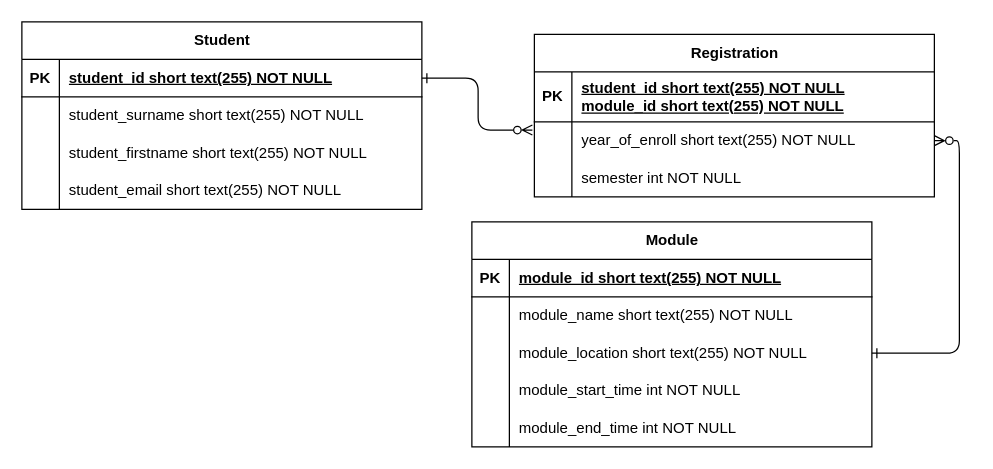
Before: diagrams/Database Diagram.drawio in pol-pm/codespace, a draw.io diagram. Source tidied: cells renumbered, new cells numbered last; positions are measured from the earlier drawing's top-left corner, leaving out a move shared by most shapes. Both pictures are drawn from the tidied source at 125%, with x=0, y=0 at pixel (21, 21).
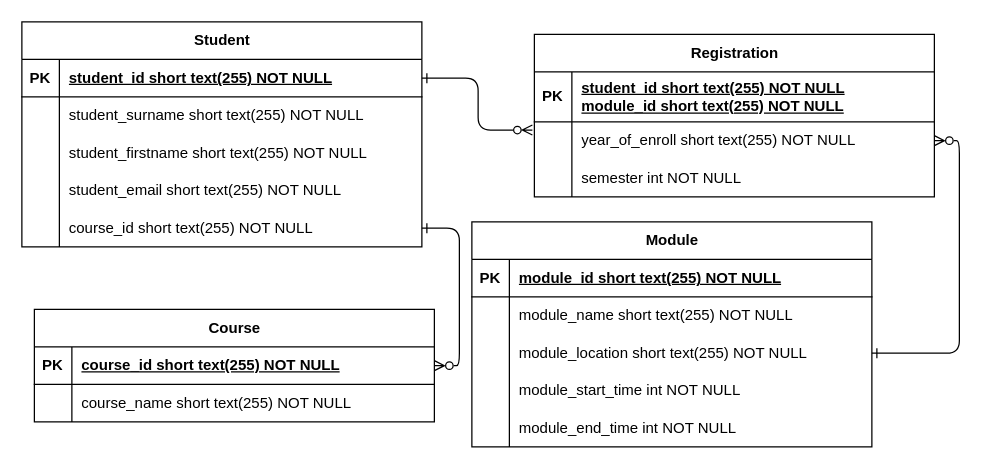
After the change.

Change to the diagram source:
```diff
@@
     <mxCell id="2" value="Student" style="shape=table;startSize=30;childLayout=tableLayout;rowLines=0;fontStyle=1;align=center;html=1;" parent="1" vertex="1">
-      <mxGeometry width="320" height="150" as="geometry" />
+      <mxGeometry width="320" height="180" as="geometry" />
     </mxCell>
@@
+    <mxCell id="43" style="shape=tableRow;horizontal=0;startSize=0;swimlaneHead=0;swimlaneBody=0;fillColor=none;points=[[0,0.5],[1,0.5]];portConstraint=eastwest;top=0;left=0;right=0;bottom=0;" parent="2" vertex="1">
+      <mxGeometry y="150" width="320" height="30" as="geometry" />
+    </mxCell>
+    <mxCell id="44" style="shape=partialRectangle;fillColor=none;top=0;left=0;bottom=0;right=0;overflow=hidden;whiteSpace=wrap;html=1;" parent="43" vertex="1">
+      <mxGeometry width="30" height="30" as="geometry" />
+    </mxCell>
+    <mxCell id="45" value="course_id short text(255) NOT NULL" style="shape=partialRectangle;fillColor=none;top=0;left=0;bottom=0;right=0;align=left;spacingLeft=6;overflow=hidden;whiteSpace=wrap;html=1;" parent="43" vertex="1">
+      <mxGeometry x="30" width="290" height="30" as="geometry" />
+    </mxCell>
@@
+    <mxCell id="46" value="Course" style="shape=table;startSize=30;childLayout=tableLayout;rowLines=0;fontStyle=1;align=center;html=1;" parent="1" vertex="1">
+      <mxGeometry x="10" y="230" width="320" height="90" as="geometry" />
+    </mxCell>
+    <mxCell id="47" style="shape=tableRow;horizontal=0;startSize=0;swimlaneHead=0;swimlaneBody=0;fillColor=none;points=[[0,0.5],[1,0.5]];portConstraint=eastwest;top=0;left=0;right=0;bottom=1;" parent="46" vertex="1">
+      <mxGeometry y="30" width="320" height="30" as="geometry" />
+    </mxCell>
+    <mxCell id="48" value="PK" style="shape=partialRectangle;fillColor=none;top=0;left=0;bottom=0;right=0;fontStyle=1;overflow=hidden;whiteSpace=wrap;html=1;" parent="47" vertex="1">
+      <mxGeometry width="30" height="30" as="geometry" />
+    </mxCell>
+    <mxCell id="49" value="course_id short text(255) NOT NULL" style="shape=partialRectangle;fillColor=none;top=0;left=0;bottom=0;right=0;align=left;spacingLeft=6;fontStyle=5;overflow=hidden;whiteSpace=wrap;html=1;" parent="47" vertex="1">
+      <mxGeometry x="30" width="290" height="30" as="geometry" />
+    </mxCell>
+    <mxCell id="50" style="shape=tableRow;horizontal=0;startSize=0;swimlaneHead=0;swimlaneBody=0;fillColor=none;top=0;left=0;right=0;bottom=0;" parent="46" vertex="1">
+      <mxGeometry y="60" width="320" height="30" as="geometry" />
+    </mxCell>
+    <mxCell id="51" style="shape=partialRectangle;fillColor=none;top=0;left=0;bottom=0;right=0;overflow=hidden;whiteSpace=wrap;html=1;" parent="50" vertex="1">
+      <mxGeometry width="30" height="30" as="geometry" />
+    </mxCell>
+    <mxCell id="52" value="course_name short text(255) NOT NULL" style="shape=partialRectangle;fillColor=none;top=0;left=0;bottom=0;right=0;align=left;spacingLeft=6;overflow=hidden;whiteSpace=wrap;html=1;" parent="50" vertex="1">
+      <mxGeometry x="30" width="290" height="30" as="geometry" />
+    </mxCell>
+    <mxCell id="53" style="edgeStyle=orthogonalEdgeStyle;rounded=1;jettySize=auto;html=1;exitX=1;exitY=0.5;exitDx=0;exitDy=0;endArrow=ERone;endFill=0;strokeColor=default;startArrow=ERzeroToMany;startFill=0;" parent="1" edge="1" source="47" target="43">
+      <mxGeometry relative="1" as="geometry" />
+    </mxCell>
```
